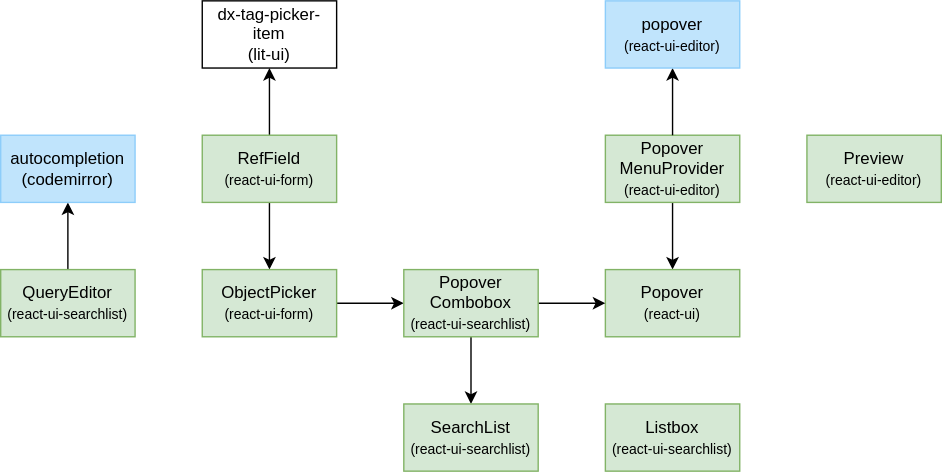
Above: packages/ui/react-ui-components/docs/components.drawio.svg in dxos/dxos (draw.io), before the change. Source tidied: cells renumbered, new cells last; positions are measured from the earlier drawing's top-left corner, leaving out a move shared by most shapes.
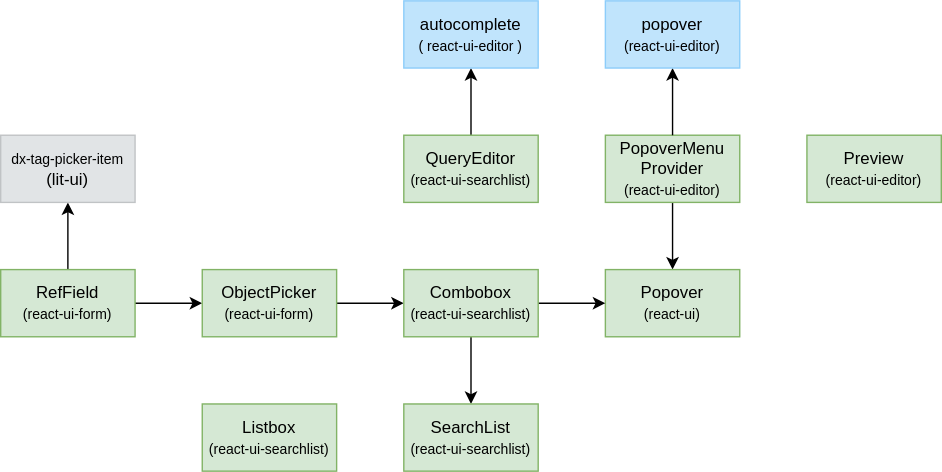
Later version of the same file.

Commit message:
docs: remove outdated framework diagram from plugin-deck

Diff of the diagram source:
```diff
@@ -9,7 +9,7 @@
       <mxGeometry relative="1" as="geometry" />
     </mxCell>
     <mxCell id="4" value="RefField&lt;br&gt;&lt;font style=&quot;font-size: 10px;&quot;&gt;(react-ui-form)&lt;/font&gt;" style="rounded=0;whiteSpace=wrap;html=1;fillColor=#d5e8d4;strokeColor=#82b366;" parent="1" vertex="1">
-      <mxGeometry x="144" y="96" width="96" height="48" as="geometry" />
+      <mxGeometry y="192" width="96" height="48" as="geometry" />
     </mxCell>
     <mxCell id="5" style="edgeStyle=none;html=1;exitX=1;exitY=0.5;exitDx=0;exitDy=0;" parent="1" edge="1" source="6" target="13">
       <mxGeometry relative="1" as="geometry" />
@@ -17,13 +17,13 @@
     <mxCell id="6" value="ObjectPicker&lt;br&gt;&lt;font style=&quot;font-size: 10px;&quot;&gt;(react-ui-form)&lt;/font&gt;" style="rounded=0;whiteSpace=wrap;html=1;fillColor=#d5e8d4;strokeColor=#82b366;" parent="1" vertex="1">
       <mxGeometry x="144" y="192" width="96" height="48" as="geometry" />
     </mxCell>
-    <mxCell id="7" value="dx-tag-picker-item&lt;br&gt;(lit-ui)" style="rounded=0;whiteSpace=wrap;html=1;" parent="1" vertex="1">
-      <mxGeometry x="144" width="96" height="48" as="geometry" />
+    <mxCell id="7" value="&lt;font style=&quot;font-size: 10px;&quot;&gt;dx-tag-picker-item&lt;/font&gt;&lt;br&gt;(lit-ui)" style="rounded=0;whiteSpace=wrap;html=1;fillColor=#E1E4E6;fontColor=#000000;strokeColor=#C0C3C5;" parent="1" vertex="1">
+      <mxGeometry y="96" width="96" height="48" as="geometry" />
     </mxCell>
     <mxCell id="8" style="edgeStyle=none;html=1;" parent="1" edge="1" source="9" target="10">
       <mxGeometry relative="1" as="geometry" />
     </mxCell>
-    <mxCell id="9" value="Popover&lt;br&gt;MenuProvider&lt;br&gt;&lt;font style=&quot;font-size: 10px;&quot;&gt;(react-ui-editor)&lt;/font&gt;" style="rounded=0;whiteSpace=wrap;html=1;fillColor=#d5e8d4;strokeColor=#82b366;" parent="1" vertex="1">
+    <mxCell id="9" value="PopoverMenu&lt;br&gt;Provider&lt;br&gt;&lt;font style=&quot;font-size: 10px;&quot;&gt;(react-ui-editor)&lt;/font&gt;" style="rounded=0;whiteSpace=wrap;html=1;fillColor=#d5e8d4;strokeColor=#82b366;" parent="1" vertex="1">
       <mxGeometry x="432" y="96" width="96" height="48" as="geometry" />
     </mxCell>
     <mxCell id="10" value="Popover&lt;br&gt;&lt;font style=&quot;font-size: 10px;&quot;&gt;(react-ui)&lt;/font&gt;" style="rounded=0;whiteSpace=wrap;html=1;fillColor=#d5e8d4;strokeColor=#82b366;" parent="1" vertex="1">
@@ -35,7 +35,7 @@
     <mxCell id="12" style="edgeStyle=none;html=1;exitX=0.5;exitY=1;exitDx=0;exitDy=0;" parent="1" edge="1" source="13" target="14">
       <mxGeometry relative="1" as="geometry" />
     </mxCell>
-    <mxCell id="13" value="Popover&lt;br&gt;Combobox&lt;br&gt;&lt;font style=&quot;font-size: 10px;&quot;&gt;(react-ui-searchlist)&lt;/font&gt;" style="rounded=0;whiteSpace=wrap;html=1;fillColor=#d5e8d4;strokeColor=#82b366;" parent="1" vertex="1">
+    <mxCell id="13" value="Combobox&lt;br&gt;&lt;font style=&quot;font-size: 10px;&quot;&gt;(react-ui-searchlist)&lt;/font&gt;" style="rounded=0;whiteSpace=wrap;html=1;fillColor=#d5e8d4;strokeColor=#82b366;" parent="1" vertex="1">
       <mxGeometry x="288" y="192" width="96" height="48" as="geometry" />
     </mxCell>
     <mxCell id="14" value="SearchList&lt;br&gt;&lt;font style=&quot;font-size: 10px;&quot;&gt;(react-ui-searchlist)&lt;/font&gt;" style="rounded=0;whiteSpace=wrap;html=1;fillColor=#d5e8d4;strokeColor=#82b366;" parent="1" vertex="1">
@@ -45,16 +45,16 @@
       <mxGeometry relative="1" as="geometry" />
     </mxCell>
     <mxCell id="16" value="QueryEditor&lt;br&gt;&lt;font style=&quot;font-size: 10px;&quot;&gt;(react-ui-searchlist)&lt;/font&gt;" style="rounded=0;whiteSpace=wrap;html=1;fillColor=#d5e8d4;strokeColor=#82b366;" parent="1" vertex="1">
-      <mxGeometry y="192" width="96" height="48" as="geometry" />
+      <mxGeometry x="288" y="96" width="96" height="48" as="geometry" />
     </mxCell>
-    <mxCell id="17" value="autocompletion&lt;br&gt;(codemirror)" style="rounded=0;whiteSpace=wrap;html=1;fillColor=#C0E4FC;fontColor=#000000;strokeColor=#8DCDFA;" parent="1" vertex="1">
-      <mxGeometry y="96" width="96" height="48" as="geometry" />
+    <mxCell id="17" value="autocomplete&lt;br&gt;&lt;font style=&quot;font-size: 10px;&quot;&gt;(&lt;font style=&quot;&quot;&gt;react-ui-editor&lt;/font&gt;)&lt;/font&gt;" style="rounded=0;whiteSpace=wrap;html=1;fillColor=#C0E4FC;fontColor=#000000;strokeColor=#8DCDFA;" parent="1" vertex="1">
+      <mxGeometry x="288" width="96" height="48" as="geometry" />
     </mxCell>
     <mxCell id="18" value="Preview&lt;br&gt;&lt;font style=&quot;font-size: 10px;&quot;&gt;(react-ui-editor)&lt;/font&gt;" style="rounded=0;whiteSpace=wrap;html=1;fillColor=#d5e8d4;strokeColor=#82b366;" parent="1" vertex="1">
       <mxGeometry x="576" y="96" width="96" height="48" as="geometry" />
     </mxCell>
     <mxCell id="19" value="Listbox&lt;br&gt;&lt;font style=&quot;font-size: 10px;&quot;&gt;(react-ui-searchlist)&lt;/font&gt;" style="rounded=0;whiteSpace=wrap;html=1;fillColor=#d5e8d4;strokeColor=#82b366;" parent="1" vertex="1">
-      <mxGeometry x="432" y="288" width="96" height="48" as="geometry" />
+      <mxGeometry x="144" y="288" width="96" height="48" as="geometry" />
     </mxCell>
     <mxCell id="20" style="edgeStyle=none;html=1;" parent="1" edge="1" source="9" target="21">
       <mxGeometry relative="1" as="geometry" />
```
